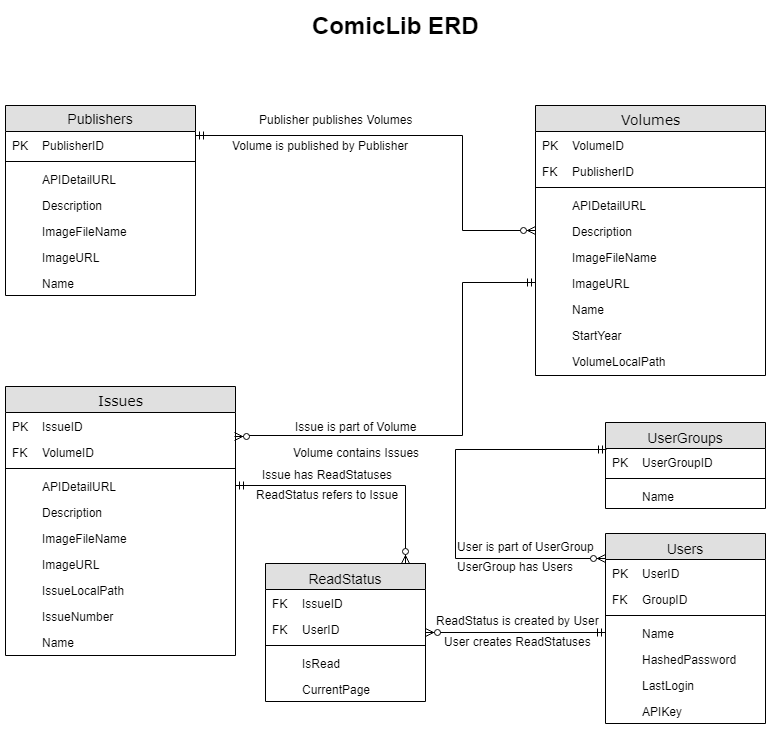
The draw.io diagram Documentation/ERD.png in ahahn94/ComicLib, before a commit. Source tidied: cells renumbered, new cells last; positions are measured from the earlier drawing's top-left corner, leaving out a move shared by most shapes.
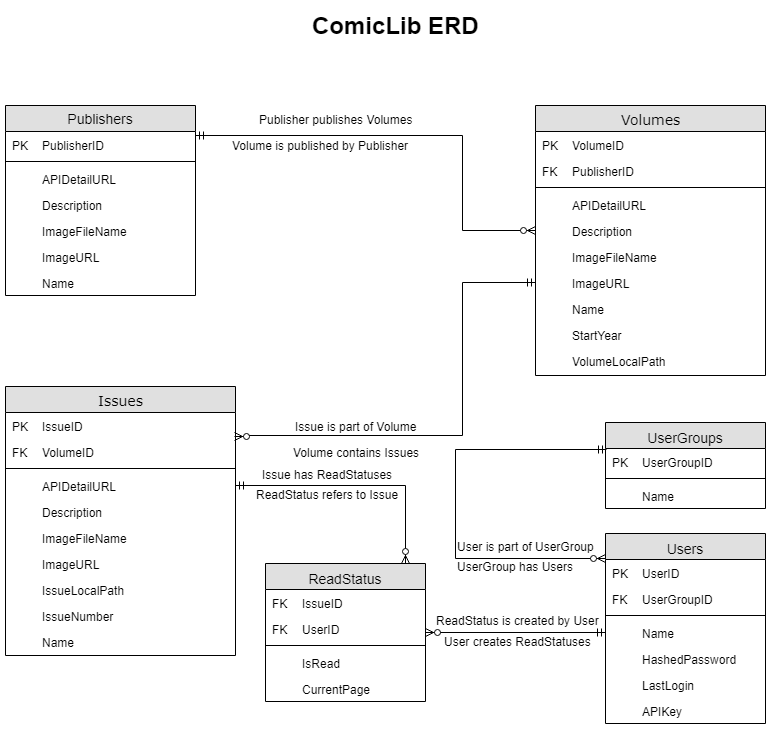
After the commit.

Commit message:
Change GroupID To UserGroupID In ERD

Change GroupID inside Users to UserGroupID, so it matches the name inside UserGroups.

Change to the diagram source:
```diff
@@ -232,7 +232,7 @@
     <mxCell id="71" value="PK" style="shape=partialRectangle;top=0;left=0;bottom=0;right=0;fillColor=none;align=left;verticalAlign=top;spacingLeft=4;spacingRight=4;overflow=hidden;fontSize=12;" parent="70" vertex="1">
       <mxGeometry width="30" height="26" as="geometry" />
     </mxCell>
-    <mxCell id="72" value="GroupID" style="shape=partialRectangle;top=0;left=0;right=0;bottom=0;fillColor=none;align=left;verticalAlign=top;fillColor=none;spacingLeft=34;spacingRight=4;overflow=hidden;fontSize=12;" parent="69" vertex="1">
+    <mxCell id="72" value="UserGroupID" style="shape=partialRectangle;top=0;left=0;right=0;bottom=0;fillColor=none;align=left;verticalAlign=top;fillColor=none;spacingLeft=34;spacingRight=4;overflow=hidden;fontSize=12;" parent="69" vertex="1">
       <mxGeometry y="52" width="160" height="26" as="geometry" />
     </mxCell>
     <mxCell id="73" value="FK" style="shape=partialRectangle;top=0;left=0;bottom=0;right=0;fillColor=none;align=left;verticalAlign=top;spacingLeft=4;spacingRight=4;overflow=hidden;fontSize=12;" parent="72" vertex="1">
```
